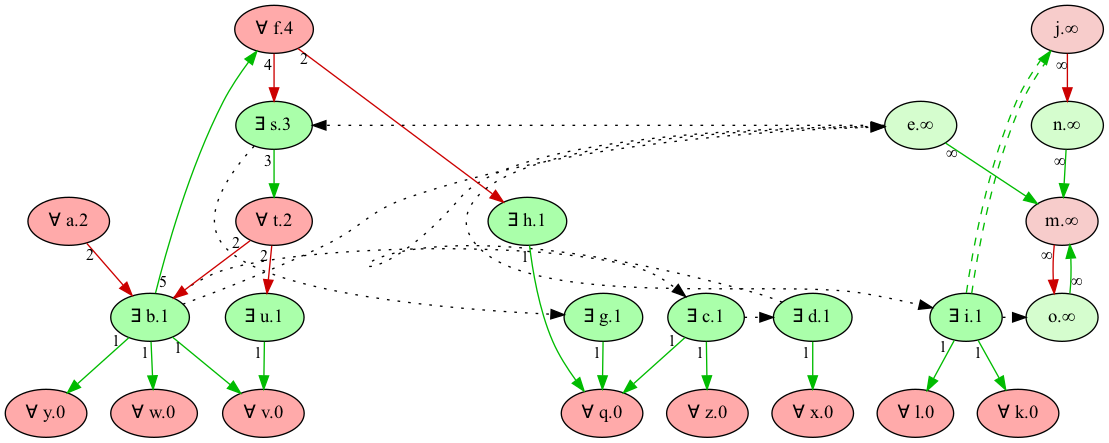
idaks/Games-and-Argumentation keeps this Graphviz diagram as Refactor/imgs/unfactored_game_pw_2.png. Above is the earlier version. Its source is kept beside it as Refactor/imgs/unfactored_game_pw_2.dot.
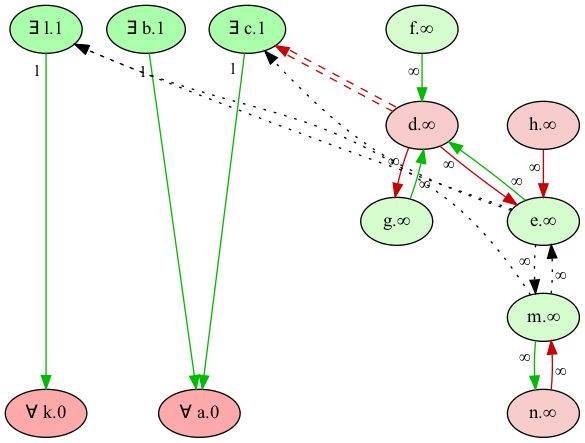
Later version of the same file.

Diff of the diagram source:
```diff
@@ -1,61 +1,34 @@
 digraph {
-    "v" [style="filled" fillcolor="#FFAAAA" label="∀ v.0" fontsize=14]
-    "z" [style="filled" fillcolor="#FFAAAA" label="∀ z.0" fontsize=14]
-    "y" [style="filled" fillcolor="#FFAAAA" label="∀ y.0" fontsize=14]
-    "x" [style="filled" fillcolor="#FFAAAA" label="∀ x.0" fontsize=14]
-    "w" [style="filled" fillcolor="#FFAAAA" label="∀ w.0" fontsize=14]
-    "q" [style="filled" fillcolor="#FFAAAA" label="∀ q.0" fontsize=14]
-    "l" [style="filled" fillcolor="#FFAAAA" label="∀ l.0" fontsize=14]
+    "a" [style="filled" fillcolor="#FFAAAA" label="∀ a.0" fontsize=14]
     "k" [style="filled" fillcolor="#FFAAAA" label="∀ k.0" fontsize=14]
-    "u" [style="filled" fillcolor="#AAFFAA" label="∃ u.1" fontsize=14]
+    "l" [style="filled" fillcolor="#AAFFAA" label="∃ l.1" fontsize=14]
+    "c" [style="filled" fillcolor="#AAFFAA" label="∃ c.1" fontsize=14]
     "b" [style="filled" fillcolor="#AAFFAA" label="∃ b.1" fontsize=14]
-    "c" [style="filled" fillcolor="#AAFFAA" label="∃ c.1" fontsize=14]
-    "d" [style="filled" fillcolor="#AAFFAA" label="∃ d.1" fontsize=14]
-    "i" [style="filled" fillcolor="#AAFFAA" label="∃ i.1" fontsize=14]
-    "g" [style="filled" fillcolor="#AAFFAA" label="∃ g.1" fontsize=14]
-    "h" [style="filled" fillcolor="#AAFFAA" label="∃ h.1" fontsize=14]
-    "a" [style="filled" fillcolor="#FFAAAA" label="∀ a.2" fontsize=14]
-    "t" [style="filled" fillcolor="#FFAAAA" label="∀ t.2" fontsize=14]
-    "s" [style="filled" fillcolor="#AAFFAA" label="∃ s.3" fontsize=14]
-    "f" [style="filled" fillcolor="#FFAAAA" label="∀ f.4" fontsize=14]
-    "j" [style="filled" fillcolor="#f7cccb" label="j.∞" fontsize=14]
+    "d" [style="filled" fillcolor="#f7cccb" label="d.∞" fontsize=14]
     "e" [style="filled" fillcolor="#d5fdce" label="e.∞" fontsize=14]
-    "o" [style="filled" fillcolor="#d5fdce" label="o.∞" fontsize=14]
-    "n" [style="filled" fillcolor="#d5fdce" label="n.∞" fontsize=14]
-    "m" [style="filled" fillcolor="#f7cccb" label="m.∞" fontsize=14]
-    edge[labeldistance=1 fontsize=12]
-    "a" -> "b" [color="#CC0000" style="solid" dir="forward" taillabel="2" ]
-    "t" -> "b" [color="#CC0000" style="solid" dir="forward" taillabel="2" ]
-    "b" -> "c" [color="black" style="dotted" dir="forward" taillabel="" constraint=false]
-    "c" -> "d" [color="black" style="dotted" dir="forward" taillabel="" constraint=false]
-    "b" -> "e" [color="black" style="dotted" dir="forward" taillabel="" constraint=false]
-    "d" -> "e" [color="black" style="dotted" dir="forward" taillabel="" constraint=false]
-    "b" -> "f" [color="#00BB00" style="solid" dir="forward" taillabel="5" ]
-    "s" -> "g" [color="black" style="dotted" dir="forward" taillabel="" constraint=false]
-    "f" -> "h" [color="#CC0000" style="solid" dir="forward" taillabel="2" ]
-    "e" -> "i" [color="black" style="dotted" dir="forward" taillabel="" constraint=false]
-    "i" -> "j" [color="#00BB00:invis:#00BB00" style="dashed" dir="forward" taillabel="" constraint=false]
-    "i" -> "k" [color="#00BB00" style="solid" dir="forward" taillabel="1" ]
-    "i" -> "l" [color="#00BB00" style="solid" dir="forward" taillabel="1" ]
-    "e" -> "m" [color="#00BB00" style="solid" dir="forward" taillabel="∞" ]
-    "o" -> "m" [color="#00BB00" style="solid" dir="forward" taillabel="∞" ]
-    "n" -> "m" [color="#00BB00" style="solid" dir="forward" taillabel="∞" ]
-    "j" -> "n" [color="#CC0000" style="solid" dir="forward" taillabel="∞" ]
-    "i" -> "o" [color="black" style="dotted" dir="forward" taillabel="" constraint=false]
-    "m" -> "o" [color="#CC0000" style="solid" dir="forward" taillabel="∞" ]
-    "g" -> "q" [color="#00BB00" style="solid" dir="forward" taillabel="1" ]
-    "h" -> "q" [color="#00BB00" style="solid" dir="forward" taillabel="1" ]
-    "c" -> "q" [color="#00BB00" style="solid" dir="forward" taillabel="1" ]
-    "e" -> "s" [color="black" style="dotted" dir="forward" taillabel="" constraint=false]
-    "f" -> "s" [color="#CC0000" style="solid" dir="forward" taillabel="4" ]
-    "s" -> "t" [color="#00BB00" style="solid" dir="forward" taillabel="3" ]
-    "t" -> "u" [color="#CC0000" style="solid" dir="forward" taillabel="2" ]
-    "b" -> "v" [color="#00BB00" style="solid" dir="forward" taillabel="1" ]
-    "u" -> "v" [color="#00BB00" style="solid" dir="forward" taillabel="1" ]
-    "b" -> "w" [color="#00BB00" style="solid" dir="forward" taillabel="1" ]
-    "d" -> "x" [color="#00BB00" style="solid" dir="forward" taillabel="1" ]
-    "b" -> "y" [color="#00BB00" style="solid" dir="forward" taillabel="1" ]
-    "c" -> "z" [color="#00BB00" style="solid" dir="forward" taillabel="1" ]
-    {rank = max v z y x w q l k}
-    {rank = min f}
+    "m" [style="filled" fillcolor="#d5fdce" label="m.∞" fontsize=14]
+    "f" [style="filled" fillcolor="#d5fdce" label="f.∞" fontsize=14]
+    "g" [style="filled" fillcolor="#d5fdce" label="g.∞" fontsize=14]
+    "h" [style="filled" fillcolor="#f7cccb" label="h.∞" fontsize=14]
+    "n" [style="filled" fillcolor="#f7cccb" label="n.∞" fontsize=14]
+    edge[labeldistance=1.5 fontsize=12]
+    "b" -> "a" [color="#00BB00" style="solid" dir="forward" taillabel="1" ]
+    "c" -> "a" [color="#00BB00" style="solid" dir="forward" taillabel="1" ]
+    "l" -> "k" [color="#00BB00" style="solid" dir="forward" taillabel="1" ]
+    "d" -> "c" [color="#CC0000:invis:#CC0000" style="dashed" dir="forward" taillabel="" constraint=false]
+    "e" -> "c" [color="black" style="dotted" dir="forward" taillabel="" constraint=false]
+    "e" -> "l" [color="black" style="dotted" dir="forward" taillabel="" constraint=false]
+    "m" -> "l" [color="black" style="dotted" dir="forward" taillabel="" constraint=false]
+    "e" -> "d" [color="#00BB00" style="solid" dir="forward" taillabel="∞" ]
+    "d" -> "e" [color="#CC0000" style="solid" dir="forward" taillabel="∞" ]
+    "m" -> "e" [color="black" style="dotted" dir="forward" taillabel="∞" ]
+    "e" -> "m" [color="black" style="dotted" dir="forward" taillabel="∞" ]
+    "f" -> "d" [color="#00BB00" style="solid" dir="forward" taillabel="∞" ]
+    "g" -> "d" [color="#00BB00" style="solid" dir="forward" taillabel="∞" ]
+    "d" -> "g" [color="#CC0000" style="solid" dir="forward" taillabel="∞" ]
+    "h" -> "e" [color="#CC0000" style="solid" dir="forward" taillabel="∞" ]
+    "n" -> "m" [color="#CC0000" style="solid" dir="forward" taillabel="∞" ]
+    "m" -> "n" [color="#00BB00" style="solid" dir="forward" taillabel="∞" ]
+    {rank = max a k}
+    {rank = min l c b}
 }
```
